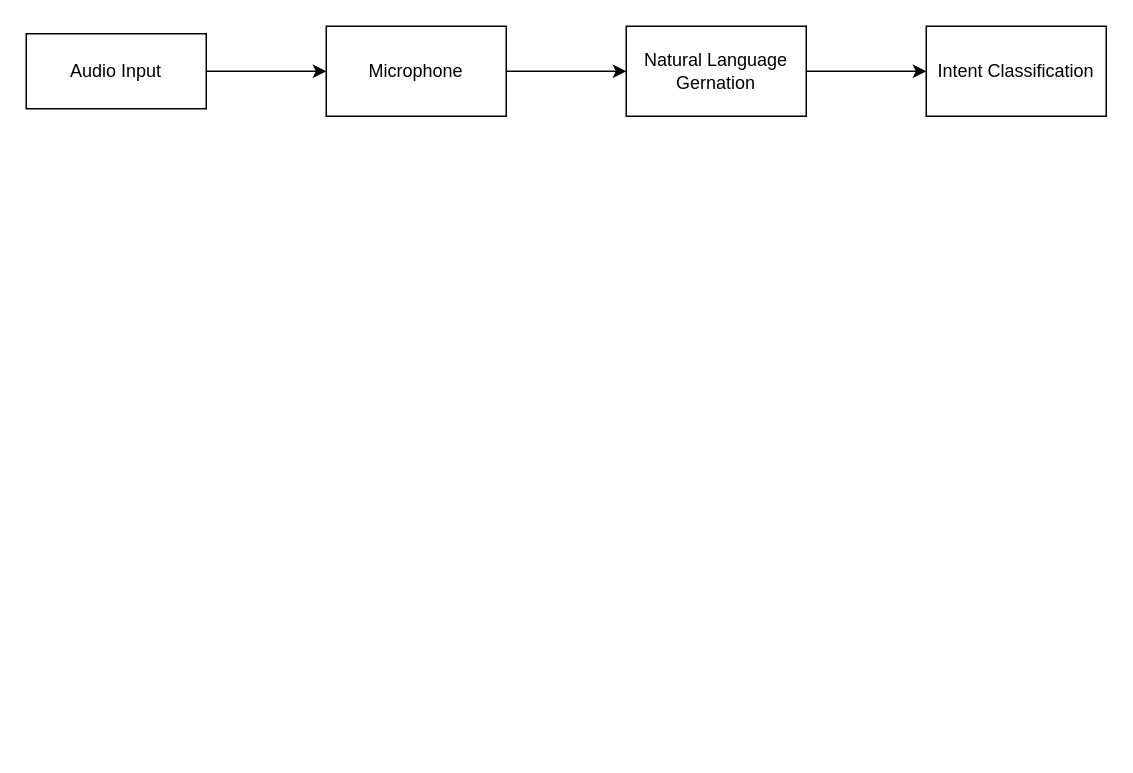
ahmad2001hotmailyahoo/ahmad-arc keeps this draw.io diagram as Artecture.drawio. Above is the earlier version. Source tidied: cells renumbered, new cells numbered last; positions are measured from the earlier drawing's top-left corner, leaving out a move shared by most shapes. Both pictures are drawn from the tidied source at 150%, with x=0, y=0 at pixel (26, 26).
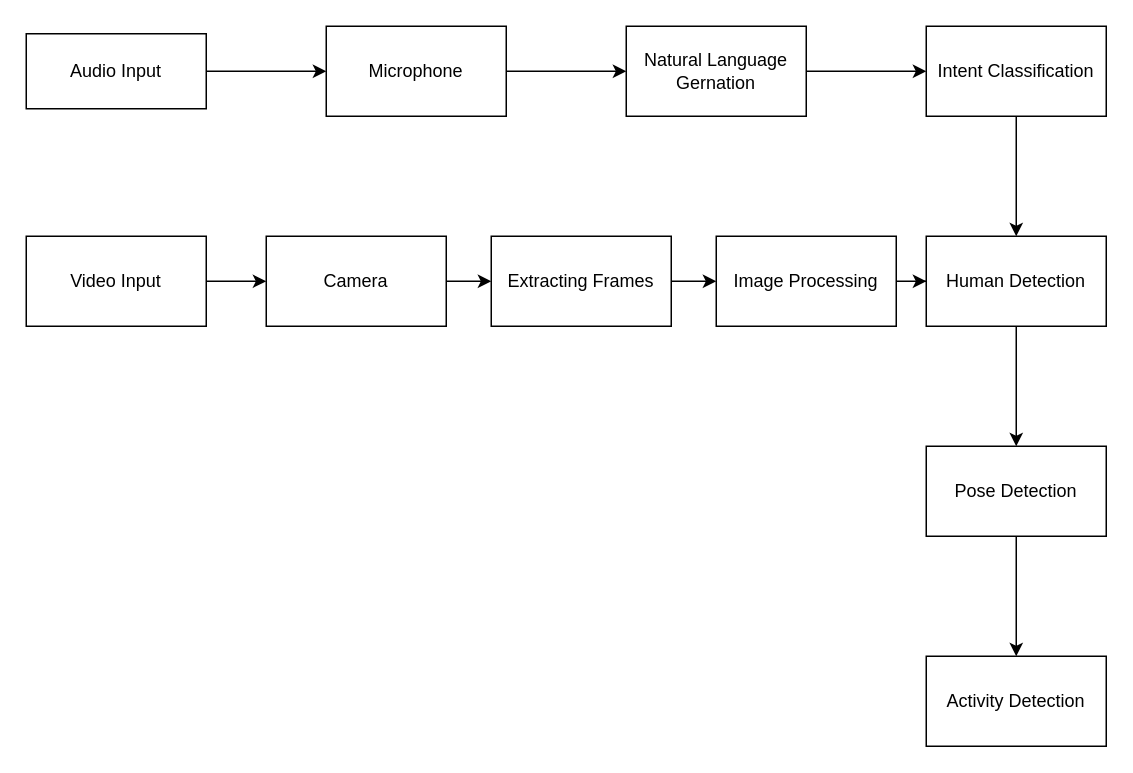
The same diagram, later.

Unchanged cells that the change refers to:
```xml
<mxCell id="8" value="Intent Classification" style="whiteSpace=wrap;html=1;rounded=0;" parent="1" vertex="1">
  <mxGeometry x="600" width="120" height="60" as="geometry" />
</mxCell>
```

What changed in the source:
```diff
@@
+    <mxCell id="9" style="edgeStyle=orthogonalEdgeStyle;rounded=0;jettySize=auto;html=1;" parent="1" edge="1" source="8" target="11">
+      <mxGeometry relative="1" as="geometry" />
+    </mxCell>
@@
+    <mxCell id="10" style="edgeStyle=orthogonalEdgeStyle;rounded=0;jettySize=auto;html=1;" parent="1" edge="1" source="11" target="13">
+      <mxGeometry relative="1" as="geometry" />
+    </mxCell>
+    <mxCell id="11" value="Human Detection" style="whiteSpace=wrap;html=1;rounded=0;" parent="1" vertex="1">
+      <mxGeometry x="600" y="140" width="120" height="60" as="geometry" />
+    </mxCell>
+    <mxCell id="12" style="edgeStyle=orthogonalEdgeStyle;rounded=0;jettySize=auto;html=1;" parent="1" edge="1" source="13" target="14">
+      <mxGeometry relative="1" as="geometry" />
+    </mxCell>
+    <mxCell id="13" value="Pose Detection" style="whiteSpace=wrap;html=1;rounded=0;" parent="1" vertex="1">
+      <mxGeometry x="600" y="280" width="120" height="60" as="geometry" />
+    </mxCell>
+    <mxCell id="14" value="Activity Detection" style="whiteSpace=wrap;html=1;rounded=0;" parent="1" vertex="1">
+      <mxGeometry x="600" y="420" width="120" height="60" as="geometry" />
+    </mxCell>
+    <mxCell id="15" style="edgeStyle=orthogonalEdgeStyle;rounded=0;jettySize=auto;html=1;" parent="1" edge="1" source="16" target="18">
+      <mxGeometry relative="1" as="geometry" />
+    </mxCell>
+    <mxCell id="16" value="Video Input" style="rounded=0;whiteSpace=wrap;html=1;" parent="1" vertex="1">
+      <mxGeometry y="140" width="120" height="60" as="geometry" />
+    </mxCell>
+    <mxCell id="17" style="edgeStyle=orthogonalEdgeStyle;rounded=0;jettySize=auto;html=1;" parent="1" edge="1" source="18" target="20">
+      <mxGeometry relative="1" as="geometry" />
+    </mxCell>
+    <mxCell id="18" value="Camera" style="whiteSpace=wrap;html=1;rounded=0;" parent="1" vertex="1">
+      <mxGeometry x="160" y="140" width="120" height="60" as="geometry" />
+    </mxCell>
+    <mxCell id="19" style="edgeStyle=orthogonalEdgeStyle;rounded=0;jettySize=auto;html=1;" parent="1" edge="1" source="20" target="22">
+      <mxGeometry relative="1" as="geometry" />
+    </mxCell>
+    <mxCell id="20" value="Extracting Frames" style="whiteSpace=wrap;html=1;rounded=0;" parent="1" vertex="1">
+      <mxGeometry x="310" y="140" width="120" height="60" as="geometry" />
+    </mxCell>
+    <mxCell id="21" style="edgeStyle=orthogonalEdgeStyle;rounded=0;jettySize=auto;html=1;" parent="1" edge="1" source="22" target="11">
+      <mxGeometry relative="1" as="geometry" />
+    </mxCell>
+    <mxCell id="22" value="Image Processing" style="whiteSpace=wrap;html=1;rounded=0;" parent="1" vertex="1">
+      <mxGeometry x="460" y="140" width="120" height="60" as="geometry" />
+    </mxCell>
```
